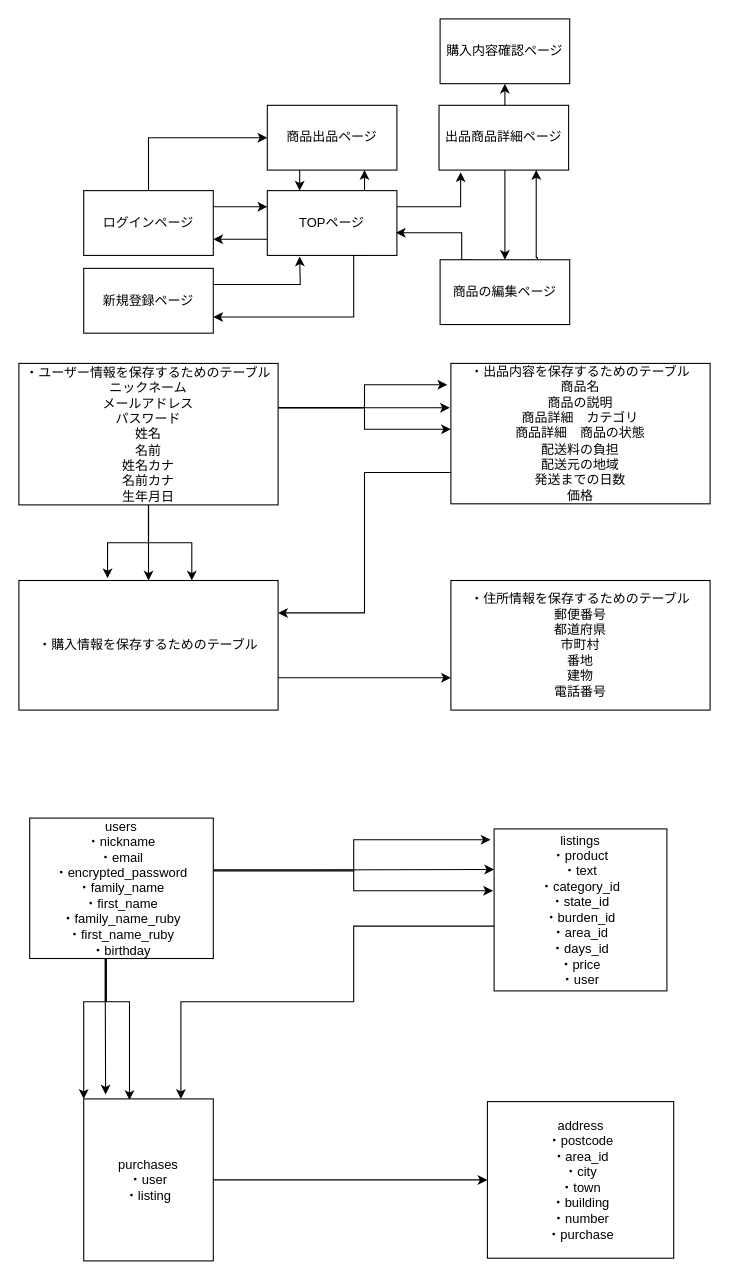
This is furima.dio from mizuki1305/furima-29614, a draw.io file, before an edit. Source tidied: cells renumbered, new cells numbered last; positions are measured from the earlier drawing's top-left corner, leaving out a move shared by most shapes. Both pictures are drawn from the tidied source at 108%, with x=0, y=0 at pixel (18, 18).
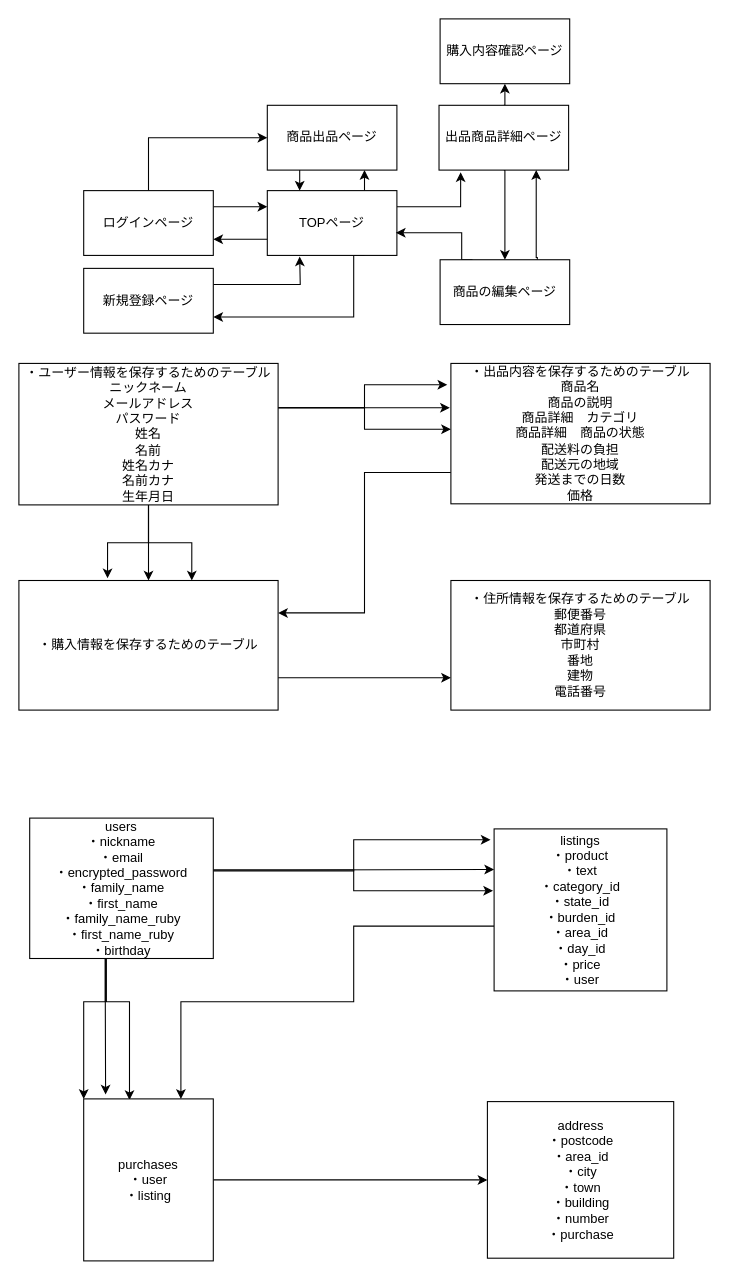
After the change.

Commit message:
テーブル設計（補足）

What changed in the source:
```diff
@@
-    <mxCell id="40" value="listings&lt;br&gt;・product&lt;br&gt;・text&lt;br&gt;・category_id&lt;br&gt;・state_id&lt;br&gt;・burden_id&lt;br&gt;・area_id&lt;br&gt;・days_id&lt;br&gt;・price&lt;br&gt;・user" style="whiteSpace=wrap;html=1;" parent="1" vertex="1">
+    <mxCell id="40" value="listings&lt;br&gt;・product&lt;br&gt;・text&lt;br&gt;・category_id&lt;br&gt;・state_id&lt;br&gt;・burden_id&lt;br&gt;・area_id&lt;br&gt;・day_id&lt;br&gt;・price&lt;br&gt;・user" style="whiteSpace=wrap;html=1;" parent="1" vertex="1">
       <mxGeometry x="440" y="750" width="160" height="150" as="geometry" />
     </mxCell>
```
